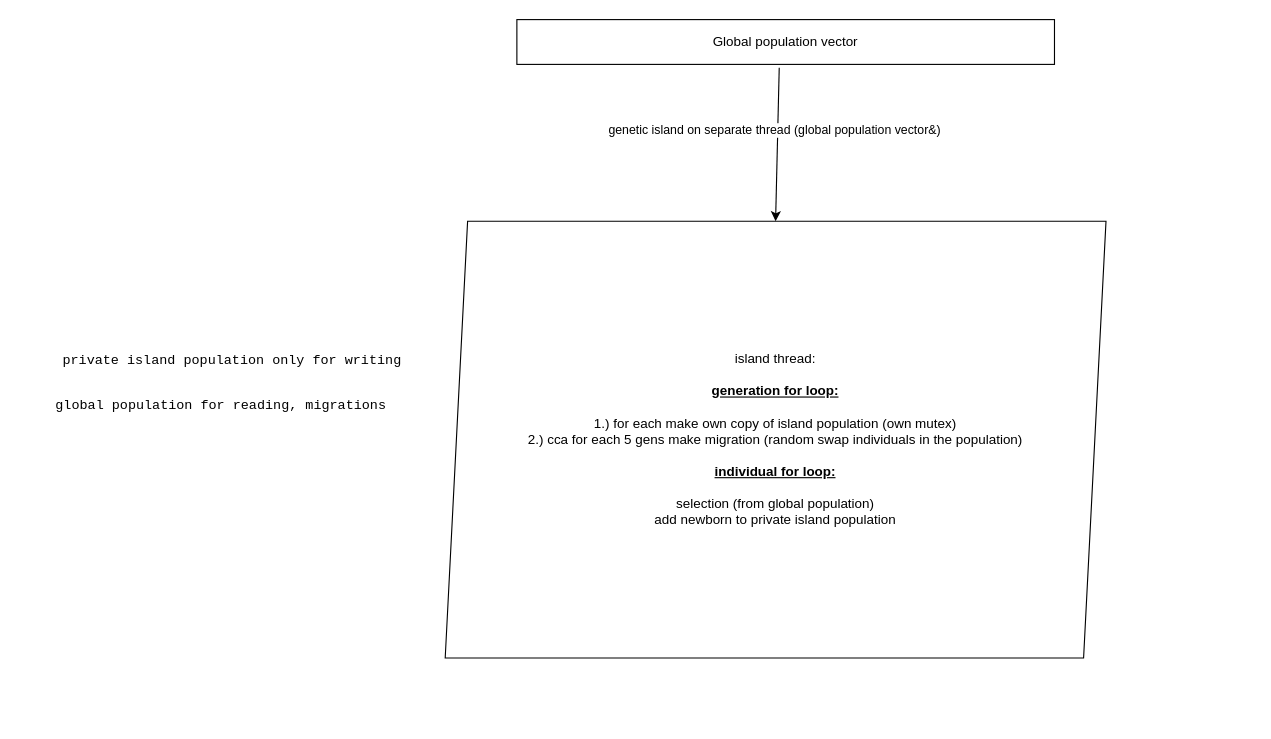
This is EVOR_island_data_scheme.drawio from lluubboo/EvoRegr--, a draw.io file, before an edit. Source tidied: cells renumbered, new cells numbered last; positions are measured from the earlier drawing's top-left corner, leaving out a move shared by most shapes. Both pictures are drawn from the tidied source at 112%, with x=0, y=0 at pixel (19, 19).
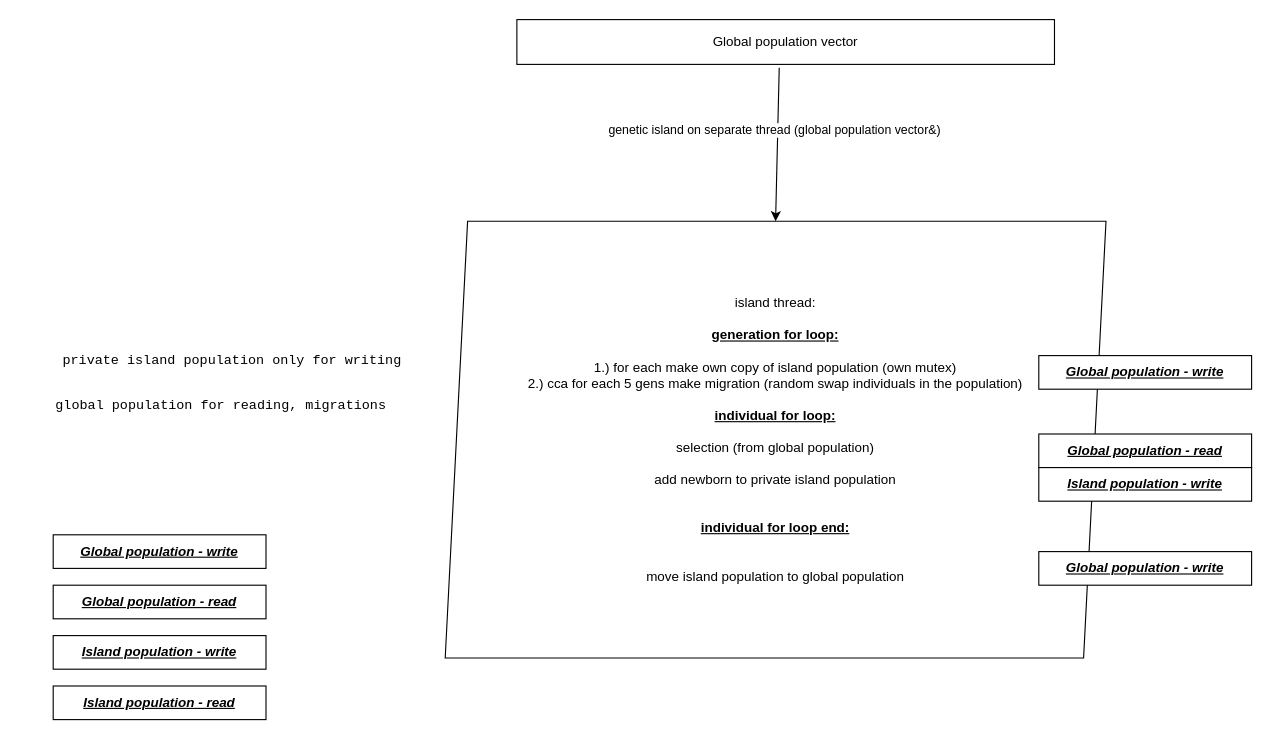
Above is the later version.

What changed in the source:
```diff
@@
 <mxGraphModel>
   <root>
     <mxCell id="0" />
     <mxCell id="1" parent="0" />
     <mxCell id="2" value="Global population vector" style="rounded=0;whiteSpace=wrap;html=1;" parent="1" vertex="1">
       <mxGeometry x="444" width="480" height="40" as="geometry" />
     </mxCell>
-    <mxCell id="3" value="island thread:&lt;br&gt;&lt;br&gt;&lt;b&gt;&lt;u&gt;generation for loop:&lt;/u&gt;&lt;/b&gt;&lt;br&gt;&lt;br&gt;1.) for each make own copy of island population (own mutex)&lt;br&gt;2.) cca for each 5 gens make migration (random swap individuals in the population)&lt;br&gt;&lt;br&gt;&lt;b&gt;&lt;u&gt;individual for loop:&lt;/u&gt;&lt;/b&gt;&lt;br&gt;&lt;br&gt;selection (from global population)&lt;br&gt;add newborn to private island population" style="shape=parallelogram;perimeter=parallelogramPerimeter;whiteSpace=wrap;html=1;fixedSize=1;" parent="1" vertex="1">
+    <mxCell id="3" value="island thread:&lt;br&gt;&lt;br&gt;&lt;b&gt;&lt;u&gt;generation for loop:&lt;/u&gt;&lt;/b&gt;&lt;br&gt;&lt;br&gt;1.) for each make own copy of island population (own mutex)&lt;br&gt;2.) cca for each 5 gens make migration (random swap individuals in the population)&lt;br&gt;&lt;br&gt;&lt;b&gt;&lt;u&gt;individual for loop:&lt;/u&gt;&lt;/b&gt;&lt;br&gt;&lt;br&gt;selection (from global population)&lt;br&gt;&lt;br&gt;add newborn to private island population&lt;br&gt;&lt;br&gt;&lt;br&gt;&lt;span style=&quot;border-color: var(--border-color);&quot;&gt;&lt;span style=&quot;border-color: var(--border-color);&quot;&gt;&lt;u style=&quot;font-weight: bold;&quot;&gt;individual for loop end:&lt;br&gt;&lt;/u&gt;&lt;br&gt;&lt;br&gt;move island population to global population&lt;br&gt;&lt;/span&gt;&lt;/span&gt;" style="shape=parallelogram;perimeter=parallelogramPerimeter;whiteSpace=wrap;html=1;fixedSize=1;" parent="1" vertex="1">
       <mxGeometry x="380" y="180" width="590" height="390" as="geometry" />
     </mxCell>
     <mxCell id="4" style="endArrow=classic;html=1;rounded=0;entryX=0.5;entryY=0;entryDx=0;entryDy=0;exitX=0.488;exitY=1.075;exitDx=0;exitDy=0;exitPerimeter=0;" parent="1" edge="1" source="2" target="3">
       <mxGeometry relative="1" as="geometry" />
     </mxCell>
     <mxCell id="5" value="genetic island on separate thread (global population vector&amp;amp;)" style="edgeLabel;html=1;align=center;verticalAlign=middle;" parent="4" vertex="1">
       <mxGeometry x="-0.19" y="-3" relative="1" as="geometry" />
     </mxCell>
     <mxCell id="6" value="&lt;pre&gt;private island population only for writing&lt;/pre&gt;" style="text;html=1;strokeColor=none;fillColor=none;align=center;verticalAlign=middle;whiteSpace=wrap;rounded=0;" parent="1" vertex="1">
       <mxGeometry x="10" y="290" width="360" height="30" as="geometry" />
     </mxCell>
     <mxCell id="7" value="&lt;pre&gt;global population for reading, migrations&lt;/pre&gt;" style="text;html=1;strokeColor=none;fillColor=none;align=center;verticalAlign=middle;whiteSpace=wrap;rounded=0;" parent="1" vertex="1">
       <mxGeometry y="330" width="360" height="30" as="geometry" />
     </mxCell>
+    <mxCell id="8" value="&lt;b&gt;&lt;u&gt;&lt;i&gt;Global population - write&lt;/i&gt;&lt;/u&gt;&lt;/b&gt;" style="rounded=0;whiteSpace=wrap;html=1;" parent="1" vertex="1">
+      <mxGeometry x="30" y="460" width="190" height="30" as="geometry" />
+    </mxCell>
+    <mxCell id="9" value="&lt;b&gt;&lt;u&gt;&lt;i&gt;Global population - read&lt;/i&gt;&lt;/u&gt;&lt;/b&gt;" style="rounded=0;whiteSpace=wrap;html=1;" parent="1" vertex="1">
+      <mxGeometry x="30" y="505" width="190" height="30" as="geometry" />
+    </mxCell>
+    <mxCell id="10" value="&lt;b&gt;&lt;u&gt;&lt;i&gt;Island population - write&lt;/i&gt;&lt;/u&gt;&lt;/b&gt;" style="rounded=0;whiteSpace=wrap;html=1;" parent="1" vertex="1">
+      <mxGeometry x="30" y="550" width="190" height="30" as="geometry" />
+    </mxCell>
+    <mxCell id="11" value="&lt;b&gt;&lt;u&gt;&lt;i&gt;Island population - read&lt;/i&gt;&lt;/u&gt;&lt;/b&gt;" style="rounded=0;whiteSpace=wrap;html=1;" parent="1" vertex="1">
+      <mxGeometry x="30" y="595" width="190" height="30" as="geometry" />
+    </mxCell>
+    <mxCell id="12" value="&lt;b&gt;&lt;u&gt;&lt;i&gt;Global population - write&lt;/i&gt;&lt;/u&gt;&lt;/b&gt;" style="rounded=0;whiteSpace=wrap;html=1;" parent="1" vertex="1">
+      <mxGeometry x="910" y="300" width="190" height="30" as="geometry" />
+    </mxCell>
+    <mxCell id="13" value="&lt;b&gt;&lt;u&gt;&lt;i&gt;Global population - read&lt;/i&gt;&lt;/u&gt;&lt;/b&gt;" style="rounded=0;whiteSpace=wrap;html=1;" parent="1" vertex="1">
+      <mxGeometry x="910" y="370" width="190" height="30" as="geometry" />
+    </mxCell>
+    <mxCell id="14" value="&lt;b&gt;&lt;u&gt;&lt;i&gt;Island population - write&lt;/i&gt;&lt;/u&gt;&lt;/b&gt;" style="rounded=0;whiteSpace=wrap;html=1;" parent="1" vertex="1">
+      <mxGeometry x="910" y="400" width="190" height="30" as="geometry" />
+    </mxCell>
+    <mxCell id="15" value="&lt;b&gt;&lt;u&gt;&lt;i&gt;Global population - write&lt;/i&gt;&lt;/u&gt;&lt;/b&gt;" style="rounded=0;whiteSpace=wrap;html=1;" parent="1" vertex="1">
+      <mxGeometry x="910" y="475" width="190" height="30" as="geometry" />
+    </mxCell>
   </root>
 </mxGraphModel>
```
